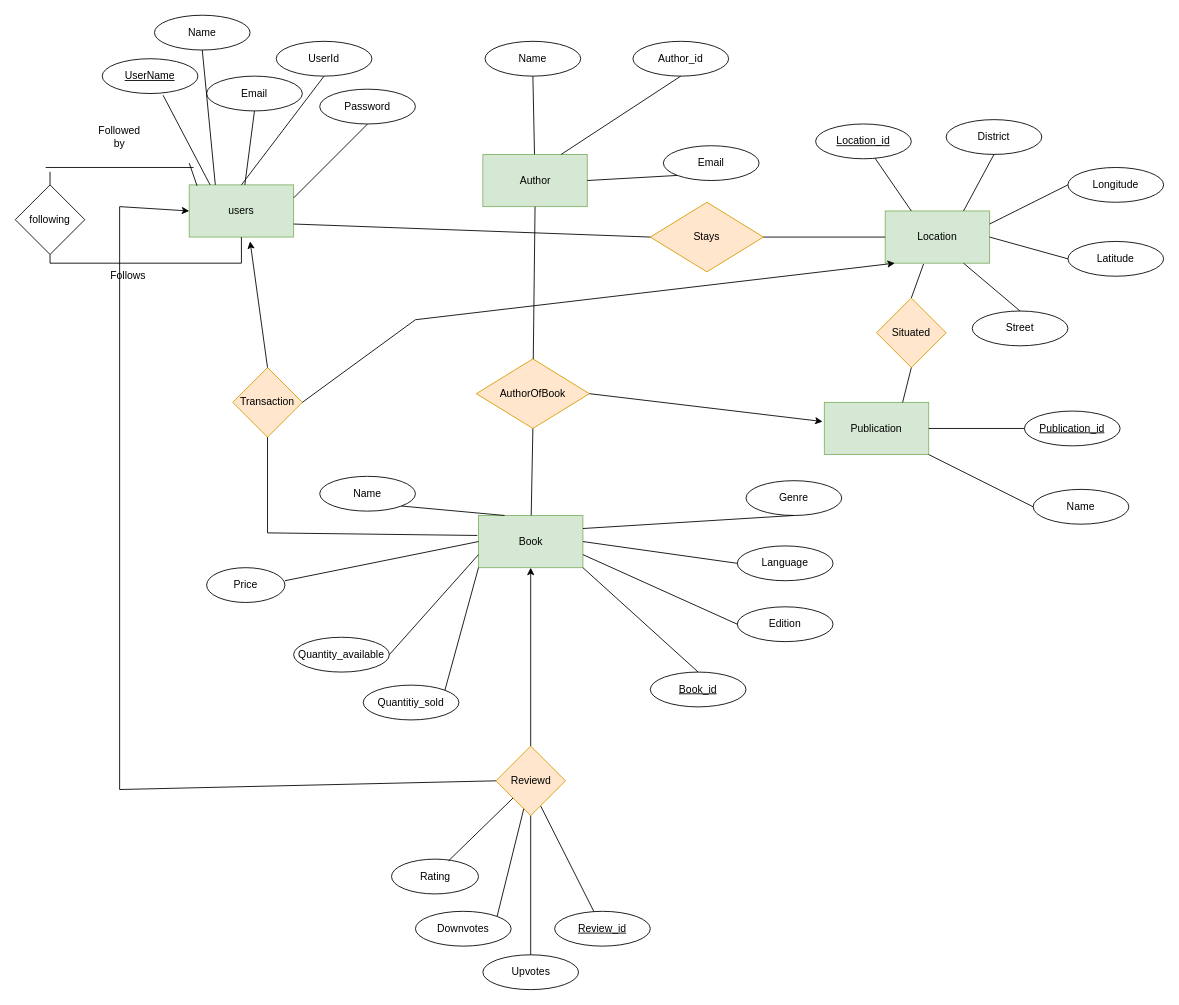
Above: Untitled Diagram.drawio in Asib27/BuyYourBook (draw.io), before the change. Source tidied: cells renumbered, new cells numbered last; positions are measured from the earlier drawing's top-left corner, leaving out a move shared by most shapes. Both pictures are drawn from the tidied source at 87%, with x=0, y=0 at pixel (15, 15).
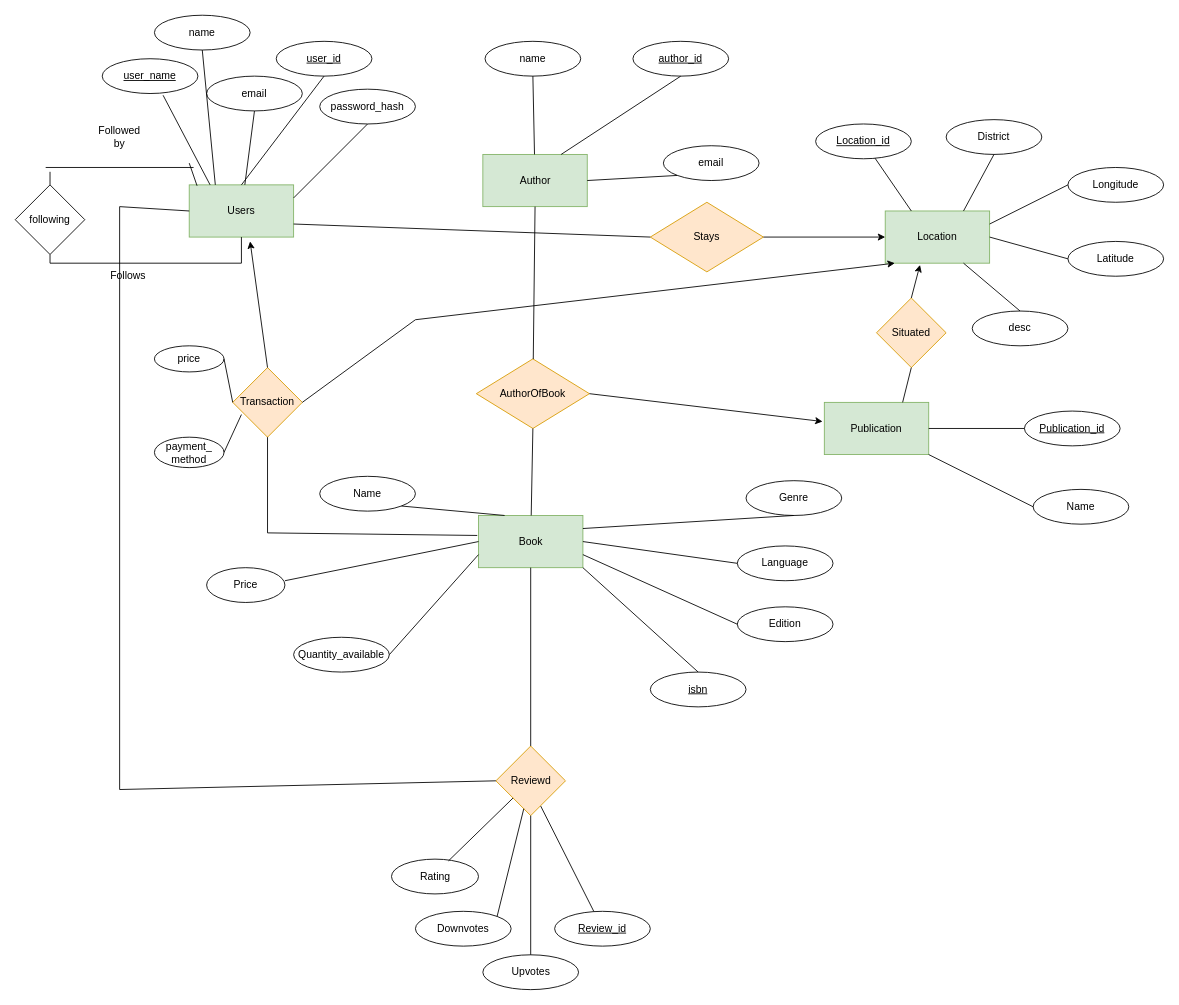
The same page after the edit.

Unchanged cells that the change refers to:
```xml
<mxCell id="2" value="Book" style="rounded=0;whiteSpace=wrap;html=1;fillColor=#d5e8d4;strokeColor=#82b366;" parent="1" vertex="1">
  <mxGeometry x="532.5" y="575" width="120" height="60" as="geometry" />
</mxCell>
<mxCell id="16" value="Transaction" style="rhombus;whiteSpace=wrap;html=1;fillColor=#ffe6cc;strokeColor=#d79b00;" parent="1" vertex="1">
  <mxGeometry x="250" y="405" width="80" height="80" as="geometry" />
</mxCell>
<mxCell id="54" value="Location" style="rounded=0;whiteSpace=wrap;html=1;fillColor=#d5e8d4;strokeColor=#82b366;" parent="1" vertex="1">
  <mxGeometry x="1000" y="225" width="120" height="60" as="geometry" />
</mxCell>
<mxCell id="67" value="Stays" style="rhombus;whiteSpace=wrap;html=1;fillColor=#ffe6cc;strokeColor=#d79b00;" parent="1" vertex="1">
  <mxGeometry x="730" y="215" width="130" height="80" as="geometry" />
</mxCell>
<mxCell id="73" value="Situated" style="rhombus;whiteSpace=wrap;html=1;fillColor=#ffe6cc;strokeColor=#d79b00;" parent="1" vertex="1">
  <mxGeometry x="990" y="325" width="80" height="80" as="geometry" />
</mxCell>
<mxCell id="81" value="Reviewd" style="rhombus;whiteSpace=wrap;html=1;fillColor=#ffe6cc;strokeColor=#d79b00;" parent="1" vertex="1">
  <mxGeometry x="552.5" y="840" width="80" height="80" as="geometry" />
</mxCell>
```

The edit, as a diff of the source:
```diff
@@
-    <mxCell id="4" value="users" style="rounded=0;whiteSpace=wrap;html=1;fillColor=#d5e8d4;strokeColor=#82b366;" parent="1" vertex="1">
+    <mxCell id="4" value="Users" style="rounded=0;whiteSpace=wrap;html=1;fillColor=#d5e8d4;strokeColor=#82b366;" parent="1" vertex="1">
       <mxGeometry x="200" y="195" width="120" height="60" as="geometry" />
     </mxCell>
@@
-    <mxCell id="19" style="endArrow=classic;html=1;rounded=0;entryX=0.5;entryY=1;entryDx=0;entryDy=0;exitX=0.5;exitY=0;exitDx=0;exitDy=0;" parent="1" edge="1" source="81" target="2">
-      <mxGeometry relative="1" as="geometry" />
-    </mxCell>
@@
-    <mxCell id="24" value="Quantitiy_sold" style="ellipse;whiteSpace=wrap;html=1;" parent="1" vertex="1">
-      <mxGeometry x="400" y="770" width="110" height="40" as="geometry" />
-    </mxCell>
@@
-    <mxCell id="28" value="&lt;u&gt;Book_id&lt;/u&gt;" style="ellipse;whiteSpace=wrap;html=1;" parent="1" vertex="1">
+    <mxCell id="28" value="&lt;u&gt;isbn&lt;/u&gt;" style="ellipse;whiteSpace=wrap;html=1;" parent="1" vertex="1">
       <mxGeometry x="730" y="755" width="110" height="40" as="geometry" />
     </mxCell>
@@
-    <mxCell id="36" style="endArrow=none;html=1;rounded=0;entryX=0;entryY=1;entryDx=0;entryDy=0;exitX=1;exitY=0;exitDx=0;exitDy=0;" parent="1" edge="1" source="24" target="2">
-      <mxGeometry relative="1" as="geometry" />
-    </mxCell>
@@
-    <mxCell id="38" value="Email" style="ellipse;whiteSpace=wrap;html=1;" parent="1" vertex="1">
+    <mxCell id="38" value="email" style="ellipse;whiteSpace=wrap;html=1;" parent="1" vertex="1">
       <mxGeometry x="745" y="150" width="110" height="40" as="geometry" />
     </mxCell>
-    <mxCell id="39" value="Email" style="ellipse;whiteSpace=wrap;html=1;" parent="1" vertex="1">
+    <mxCell id="39" value="email" style="ellipse;whiteSpace=wrap;html=1;" parent="1" vertex="1">
       <mxGeometry x="220" y="70" width="110" height="40" as="geometry" />
     </mxCell>
-    <mxCell id="40" value="Name" style="ellipse;whiteSpace=wrap;html=1;" parent="1" vertex="1">
+    <mxCell id="40" value="name" style="ellipse;whiteSpace=wrap;html=1;" parent="1" vertex="1">
       <mxGeometry x="540" y="30" width="110" height="40" as="geometry" />
     </mxCell>
-    <mxCell id="41" value="Author_id" style="ellipse;whiteSpace=wrap;html=1;" parent="1" vertex="1">
+    <mxCell id="41" value="&lt;u&gt;author_id&lt;/u&gt;" style="ellipse;whiteSpace=wrap;html=1;" parent="1" vertex="1">
       <mxGeometry x="710" y="30" width="110" height="40" as="geometry" />
     </mxCell>
-    <mxCell id="42" value="&lt;u&gt;UserName&lt;/u&gt;" style="ellipse;whiteSpace=wrap;html=1;" parent="1" vertex="1">
+    <mxCell id="42" value="&lt;u&gt;user_name&lt;/u&gt;" style="ellipse;whiteSpace=wrap;html=1;" parent="1" vertex="1">
       <mxGeometry x="100" y="50" width="110" height="40" as="geometry" />
     </mxCell>
-    <mxCell id="43" value="Password" style="ellipse;whiteSpace=wrap;html=1;" parent="1" vertex="1">
+    <mxCell id="43" value="password_hash" style="ellipse;whiteSpace=wrap;html=1;" parent="1" vertex="1">
       <mxGeometry x="350" y="85" width="110" height="40" as="geometry" />
     </mxCell>
-    <mxCell id="44" value="Name" style="ellipse;whiteSpace=wrap;html=1;" parent="1" vertex="1">
+    <mxCell id="44" value="name" style="ellipse;whiteSpace=wrap;html=1;" parent="1" vertex="1">
       <mxGeometry x="160" width="110" height="40" as="geometry" />
     </mxCell>
-    <mxCell id="45" value="UserId" style="ellipse;whiteSpace=wrap;html=1;" parent="1" vertex="1">
+    <mxCell id="45" value="&lt;u&gt;user_id&lt;/u&gt;" style="ellipse;whiteSpace=wrap;html=1;" parent="1" vertex="1">
       <mxGeometry x="300" y="30" width="110" height="40" as="geometry" />
     </mxCell>
@@
-    <mxCell id="55" value="Street" style="ellipse;whiteSpace=wrap;html=1;" parent="1" vertex="1">
+    <mxCell id="55" value="desc" style="ellipse;whiteSpace=wrap;html=1;" parent="1" vertex="1">
       <mxGeometry x="1100" y="340" width="110" height="40" as="geometry" />
     </mxCell>
@@
-    <mxCell id="69" style="endArrow=none;html=1;rounded=0;entryX=0;entryY=0.5;entryDx=0;entryDy=0;exitX=1;exitY=0.5;exitDx=0;exitDy=0;" parent="1" edge="1" source="67" target="54">
-      <mxGeometry relative="1" as="geometry" />
-    </mxCell>
@@
-    <mxCell id="75" style="endArrow=none;html=1;rounded=0;entryX=0.367;entryY=1.017;entryDx=0;entryDy=0;entryPerimeter=0;exitX=0.5;exitY=0;exitDx=0;exitDy=0;" parent="1" edge="1" source="73" target="54">
-      <mxGeometry relative="1" as="geometry" />
-    </mxCell>
@@
-    <mxCell id="80" style="endArrow=classic;html=1;rounded=0;entryX=0;entryY=0.5;entryDx=0;entryDy=0;" parent="1" edge="1" target="4">
-      <mxGeometry relative="1" as="geometry">
-        <mxPoint x="120" y="220" as="sourcePoint" />
-      </mxGeometry>
-    </mxCell>
@@
+    <mxCell id="75" style="endArrow=classic;html=1;rounded=0;exitX=0.5;exitY=0;exitDx=0;exitDy=0;entryX=0.333;entryY=1.033;entryDx=0;entryDy=0;entryPerimeter=0;" parent="1" edge="1" source="73" target="54">
+      <mxGeometry relative="1" as="geometry" />
+    </mxCell>
+    <mxCell id="69" style="endArrow=classic;html=1;rounded=0;entryX=0;entryY=0.5;entryDx=0;entryDy=0;exitX=1;exitY=0.5;exitDx=0;exitDy=0;" parent="1" edge="1" source="67" target="54">
+      <mxGeometry relative="1" as="geometry" />
+    </mxCell>
+    <mxCell id="91" value="price" style="ellipse;whiteSpace=wrap;html=1;" parent="1" vertex="1">
+      <mxGeometry x="160" y="380" width="80" height="30" as="geometry" />
+    </mxCell>
+    <mxCell id="92" value="payment_&lt;br&gt;method" style="ellipse;whiteSpace=wrap;html=1;" parent="1" vertex="1">
+      <mxGeometry x="160" y="485" width="80" height="35" as="geometry" />
+    </mxCell>
+    <mxCell id="93" style="endArrow=none;html=1;rounded=0;exitX=1;exitY=0.5;exitDx=0;exitDy=0;entryX=0;entryY=0.5;entryDx=0;entryDy=0;" parent="1" edge="1" source="91" target="16">
+      <mxGeometry relative="1" as="geometry" />
+    </mxCell>
+    <mxCell id="94" style="endArrow=none;html=1;rounded=0;exitX=1;exitY=0.5;exitDx=0;exitDy=0;entryX=0.125;entryY=0.675;entryDx=0;entryDy=0;entryPerimeter=0;" parent="1" edge="1" source="92" target="16">
+      <mxGeometry relative="1" as="geometry" />
+    </mxCell>
+    <mxCell id="95" style="endArrow=none;html=1;rounded=0;entryX=0;entryY=0.5;entryDx=0;entryDy=0;" parent="1" edge="1" target="4">
+      <mxGeometry relative="1" as="geometry">
+        <mxPoint x="120" y="220" as="sourcePoint" />
+      </mxGeometry>
+    </mxCell>
+    <mxCell id="19" style="endArrow=none;html=1;rounded=0;entryX=0.5;entryY=1;entryDx=0;entryDy=0;" parent="1" edge="1" source="81" target="2">
+      <mxGeometry relative="1" as="geometry" />
+    </mxCell>
```
